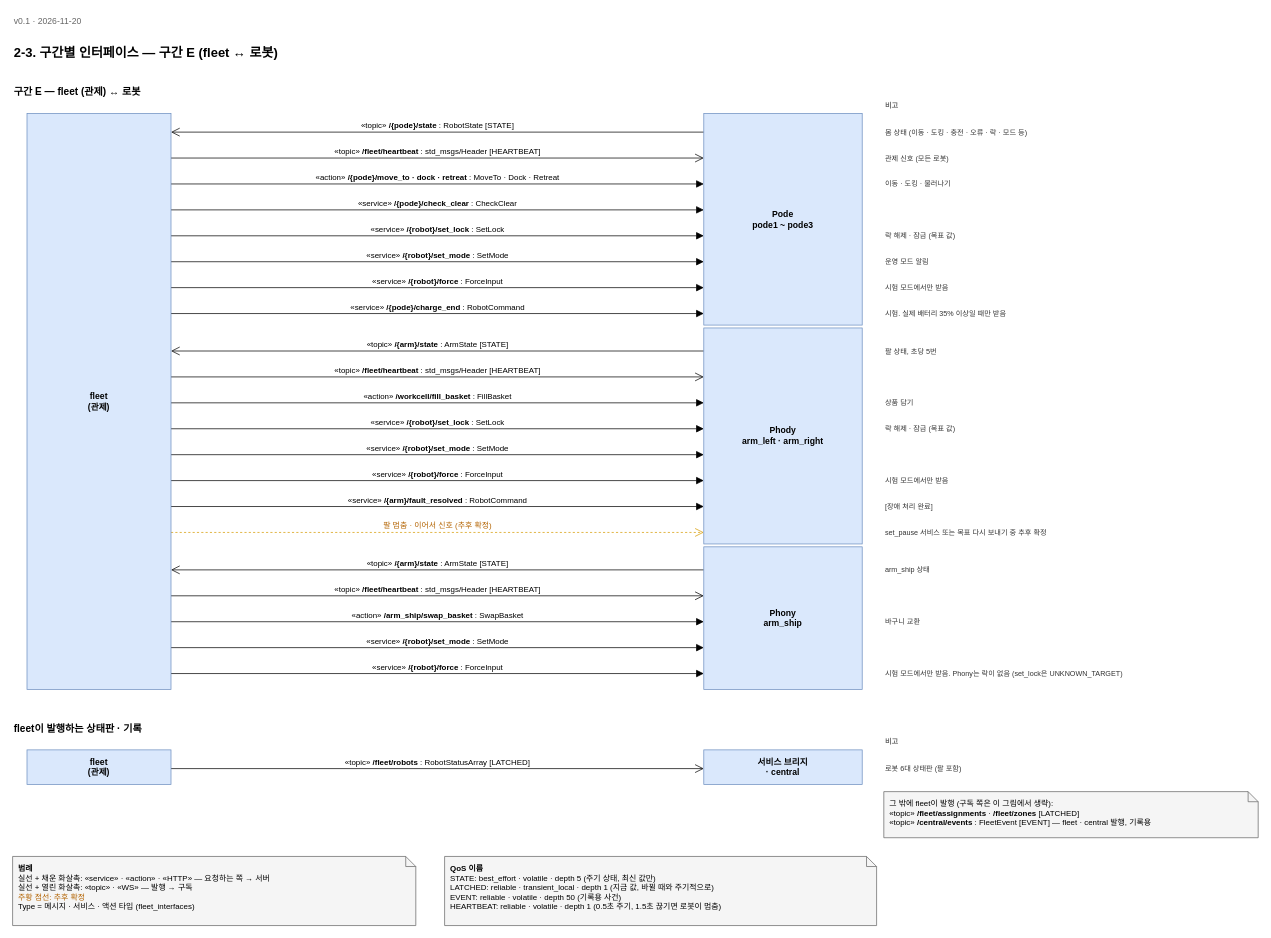
Before: page "2-3. 구간 E" (4 of 7) of design/diagrams/인터페이스_명세.drawio in addinedu-roscamp-16th/roscamp-repo-2, a draw.io diagram. Source tidied: cells renumbered, new cells numbered last; positions are measured from the earlier drawing's top-left corner, leaving out a move shared by most shapes. Both pictures are drawn from the tidied source at 72%, with x=0, y=0 at pixel (12, 12).
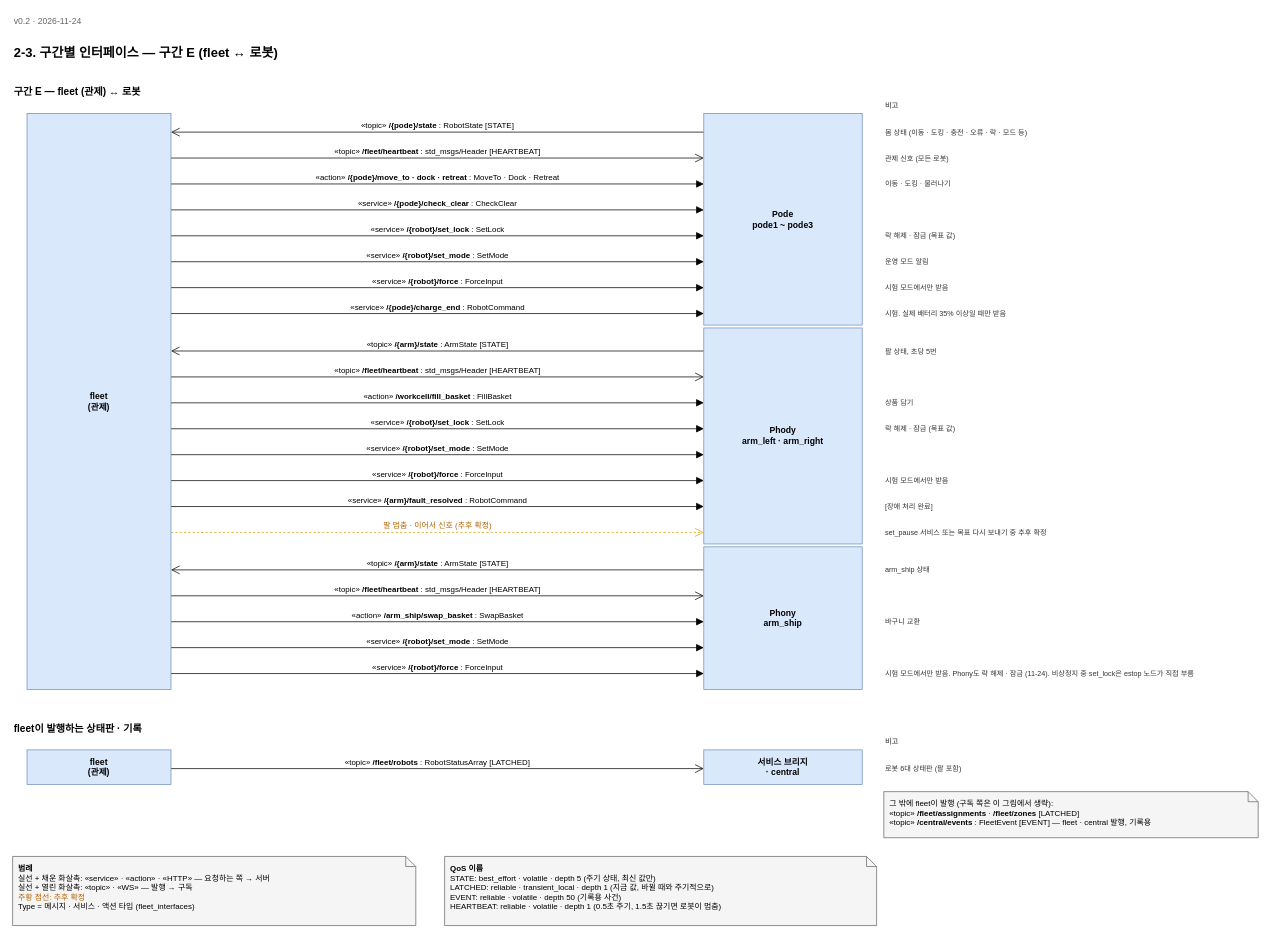
Above is the later version.

Commit message (it also covers changes not shown here):
docs(design): 다이어그램 v2.6 — 6-11 비상정지 · ESTOP, Phony 락 해제 · 잠금

The edit, as a diff of the source:
```diff
@@
-    <mxCell id="2" value="v0.1 · 2026-11-20" style="text;html=1;fontSize=12;fontColor=#666666;align=left;verticalAlign=middle;" parent="1" vertex="1">
+    <mxCell id="2" value="v0.2 · 2026-11-24" style="text;html=1;fontSize=12;fontColor=#666666;align=left;verticalAlign=middle;" parent="1" vertex="1">
       <mxGeometry width="200" height="24" as="geometry" />
     </mxCell>
@@
-    <mxCell id="42" value="시험 모드에서만 받음. Phony는 락이 없음 (set_lock은 UNKNOWN_TARGET)" style="text;html=1;fontSize=10;align=left;verticalAlign=middle;fontColor=#333333;whiteSpace=wrap;" parent="1" vertex="1">
+    <mxCell id="42" value="시험 모드에서만 받음. Phony도 락 해제 · 잠금 (11-24). 비상정지 중 set_lock은 estop 노드가 직접 부름" style="text;html=1;fontSize=10;align=left;verticalAlign=middle;fontColor=#333333;whiteSpace=wrap;" parent="1" vertex="1">
       <mxGeometry x="1210" y="902" width="520" height="32" as="geometry" />
     </mxCell>
```
